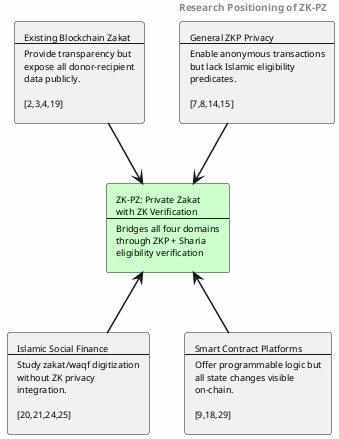
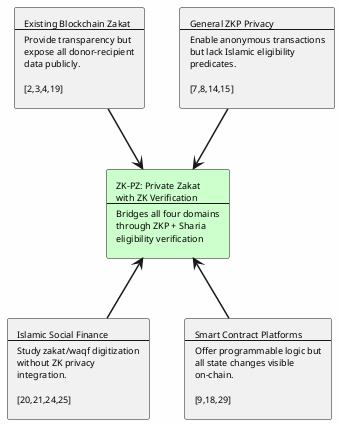
@startuml
skinparam backgroundColor #FEFEFE
skinparam shadowing false
skinparam defaultFontName Times-Roman
skinparam defaultFontSize 9
skinparam arrowThickness 1.5

- header <b>Research Positioning of ZK-PZ</b>

rectangle "Existing Blockchain Zakat\n--\nProvide transparency but\nexpose all donor-recipient\ndata publicly.\n\n[2,3,4,19]" as TL
rectangle "General ZKP Privacy\n--\nEnable anonymous transactions\nbut lack Islamic eligibility\npredicates.\n\n[7,8,14,15]" as TR
rectangle "Islamic Social Finance\n--\nStudy zakat/waqf digitization\nwithout ZK privacy\nintegration.\n\n[20,21,24,25]" as BL
rectangle "Smart Contract Platforms\n--\nOffer programmable logic but\nall state changes visible\non-chain.\n\n[9,18,29]" as BR

rectangle "ZK-PZ: Private Zakat\nwith ZK Verification\n--\nBridges all four domains\nthrough ZKP + Sharia\neligibility verification" as CENTER #CCFFCC

TL -down-> CENTER
TR -down-> CENTER
BL -up-> CENTER
BR -up-> CENTER

@enduml
